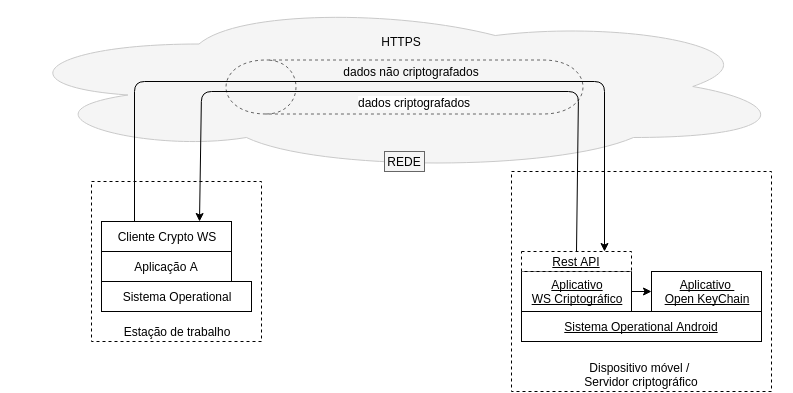
Above: diagramarede.png in danielmelogpi/cryptows-article (draw.io), before the change. Source tidied: cells renumbered, new cells last; positions are measured from the earlier drawing's top-left corner, leaving out a move shared by most shapes. Its diagram source:
```xml
<mxGraphModel background="#ffffff">
  <root>
    <mxCell id="0" />
    <mxCell id="1" parent="0" />
    <mxCell id="2" value="Estação de trabalho" style="whiteSpace=wrap;html=1;verticalAlign=bottom;dashed=1;" parent="1" vertex="1">
      <mxGeometry x="90" y="273" width="170" height="160" as="geometry" />
    </mxCell>
    <mxCell id="3" style="group;" parent="1" vertex="1">
      <mxGeometry x="100" y="313" width="150" height="90" as="geometry" />
    </mxCell>
    <mxCell id="4" value="Cliente Crypto WS" style="whiteSpace=wrap;html=1;" parent="3" vertex="1">
      <mxGeometry width="130" height="30" as="geometry" />
    </mxCell>
    <mxCell id="5" value="Aplicação A" style="whiteSpace=wrap;html=1;" parent="3" vertex="1">
      <mxGeometry y="30" width="130" height="30" as="geometry" />
    </mxCell>
    <mxCell id="6" value="Sistema Operational" style="whiteSpace=wrap;html=1;" parent="3" vertex="1">
      <mxGeometry y="60" width="150" height="30" as="geometry" />
    </mxCell>
    <mxCell id="7" value="Cliente Crypto WS" style="whiteSpace=wrap;html=1;" parent="1" vertex="1">
      <mxGeometry x="100" y="313" width="130" height="30" as="geometry" />
    </mxCell>
    <mxCell id="8" value="Aplicação A" style="whiteSpace=wrap;html=1;" parent="1" vertex="1">
      <mxGeometry x="100" y="343" width="130" height="30" as="geometry" />
    </mxCell>
    <mxCell id="9" value="Sistema Operational" style="whiteSpace=wrap;html=1;" parent="1" vertex="1">
      <mxGeometry x="100" y="373" width="150" height="30" as="geometry" />
    </mxCell>
    <mxCell id="10" style="shape=cylinder;whiteSpace=wrap;html=1;rotation=-90;dashed=1;fillColor=#f5f5f5;strokeColor=#666666;" parent="1" vertex="1">
      <mxGeometry x="376" width="54" height="357" as="geometry" />
    </mxCell>
    <mxCell id="11" value="Dispositivo móvel /&amp;nbsp;&lt;div&gt;Servidor criptográfico&lt;/div&gt;" style="whiteSpace=wrap;html=1;verticalAlign=bottom;dashed=1;" parent="1" vertex="1">
      <mxGeometry x="510" y="263" width="260" height="220" as="geometry" />
    </mxCell>
    <mxCell id="12" style="group;" parent="1" vertex="1">
      <mxGeometry x="520" y="343" width="240" height="90" as="geometry" />
    </mxCell>
    <mxCell id="13" style="group;fontStyle=4;" parent="12" vertex="1">
      <mxGeometry y="20" width="240" height="70" as="geometry" />
    </mxCell>
    <mxCell id="14" value="Aplicativo&lt;br&gt;WS Criptográfico" style="whiteSpace=wrap;html=1;align=center;fontStyle=4;" parent="13" vertex="1">
      <mxGeometry width="110" height="40" as="geometry" />
    </mxCell>
    <mxCell id="15" value="Aplicativo &lt;br&gt;Open KeyChain" style="whiteSpace=wrap;html=1;align=center;fontStyle=4;" parent="13" vertex="1">
      <mxGeometry x="130" width="110" height="40" as="geometry" />
    </mxCell>
    <mxCell id="16" value="Sistema Operational Android" style="whiteSpace=wrap;html=1;fontStyle=4;" parent="13" vertex="1">
      <mxGeometry y="40" width="240" height="30" as="geometry" />
    </mxCell>
    <mxCell id="17" value="Rest API" style="whiteSpace=wrap;html=1;align=center;dashed=1;fontStyle=4;" parent="12" vertex="1">
      <mxGeometry width="110" height="20" as="geometry" />
    </mxCell>
    <mxCell id="18" style="group;fontStyle=4;" parent="1" vertex="1">
      <mxGeometry x="520" y="363" width="240" height="70" as="geometry" />
    </mxCell>
    <mxCell id="19" value="Aplicativo&lt;br&gt;WS Criptográfico" style="whiteSpace=wrap;html=1;align=center;fontStyle=4;" parent="18" vertex="1">
      <mxGeometry width="110" height="40" as="geometry" />
    </mxCell>
    <mxCell id="20" value="Aplicativo &lt;br&gt;Open KeyChain" style="whiteSpace=wrap;html=1;align=center;fontStyle=4;" parent="18" vertex="1">
      <mxGeometry x="130" width="110" height="40" as="geometry" />
    </mxCell>
    <mxCell id="21" value="Sistema Operational Android" style="whiteSpace=wrap;html=1;fontStyle=4;" parent="18" vertex="1">
      <mxGeometry y="40" width="240" height="30" as="geometry" />
    </mxCell>
    <mxCell id="22" value="Aplicativo&lt;br&gt;WS Criptográfico" style="whiteSpace=wrap;html=1;align=center;fontStyle=4;" parent="1" vertex="1">
      <mxGeometry x="520" y="363" width="110" height="40" as="geometry" />
    </mxCell>
    <mxCell id="23" style="edgeStyle=orthogonalEdgeStyle;rounded=0;html=1;exitX=0.5;exitY=1;jettySize=auto;orthogonalLoop=1;fontStyle=4;" parent="1" edge="1" source="22" target="22">
      <mxGeometry relative="1" as="geometry" />
    </mxCell>
    <mxCell id="24" style="edgeStyle=orthogonalEdgeStyle;rounded=0;html=1;exitX=0.5;exitY=1;jettySize=auto;orthogonalLoop=1;fontStyle=4;" parent="1" edge="1" source="22" target="22">
      <mxGeometry relative="1" as="geometry" />
    </mxCell>
    <mxCell id="25" value="Aplicativo &lt;br&gt;Open KeyChain" style="whiteSpace=wrap;html=1;align=center;fontStyle=4;" parent="1" vertex="1">
      <mxGeometry x="650" y="363" width="110" height="40" as="geometry" />
    </mxCell>
    <mxCell id="26" style="edgeStyle=orthogonalEdgeStyle;rounded=0;html=1;exitX=1;exitY=0.5;entryX=0;entryY=0.5;jettySize=auto;fontStyle=4;" parent="1" edge="1" source="22" target="25">
      <mxGeometry relative="1" as="geometry" />
    </mxCell>
    <mxCell id="27" style="edgeStyle=orthogonalEdgeStyle;rounded=0;html=1;exitX=1;exitY=0.5;entryX=0;entryY=0.5;jettySize=auto;fontStyle=4;" parent="1" edge="1" source="22" target="25">
      <mxGeometry relative="1" as="geometry" />
    </mxCell>
    <mxCell id="28" style="edgeStyle=orthogonalEdgeStyle;rounded=0;html=1;exitX=1;exitY=0.5;entryX=0;entryY=0.5;jettySize=auto;fontStyle=4;" parent="1" edge="1" source="22" target="25">
      <mxGeometry x="610" y="270" as="geometry" />
    </mxCell>
    <mxCell id="29" style="edgeStyle=orthogonalEdgeStyle;rounded=0;html=1;exitX=0.5;exitY=1;jettySize=auto;orthogonalLoop=1;fontStyle=4;" parent="1" edge="1" source="22" target="22">
      <mxGeometry x="555" y="290" as="geometry" />
    </mxCell>
    <mxCell id="30" value="Sistema Operational Android" style="whiteSpace=wrap;html=1;fontStyle=4;" parent="1" vertex="1">
      <mxGeometry x="520" y="403" width="240" height="30" as="geometry" />
    </mxCell>
    <mxCell id="31" value="Rest API" style="whiteSpace=wrap;html=1;align=center;dashed=1;fontStyle=4;" parent="1" vertex="1">
      <mxGeometry x="520" y="343" width="110" height="20" as="geometry" />
    </mxCell>
    <mxCell id="32" style="endArrow=classic;html=1;entryX=0.75;entryY=0;exitX=0.5;exitY=0;endFill=1;" parent="1" edge="1" source="31" target="7">
      <mxGeometry x="178" y="70" as="geometry">
        <Array as="points">
          <mxPoint x="577" y="183" />
          <mxPoint x="200" y="183" />
        </Array>
      </mxGeometry>
    </mxCell>
    <mxCell id="33" value="dados criptografados" style="text;html=1;align=center;verticalAlign=middle;labelBackgroundColor=#ffffff;" parent="32" vertex="1">
      <mxGeometry x="-0.84" y="2" relative="1" as="geometry">
        <mxPoint x="-161" y="-95" as="offset" />
      </mxGeometry>
    </mxCell>
    <mxCell id="34" value="dados criptografados" style="text;html=1;align=center;verticalAlign=middle;labelBackgroundColor=#ffffff;" parent="1" vertex="1">
      <mxGeometry x="412.7" y="194" as="geometry">
        <mxPoint x="-161" y="-95" as="offset" />
      </mxGeometry>
    </mxCell>
    <mxCell id="35" style="endArrow=classic;html=1;entryX=0.75;entryY=0;exitX=0.25;exitY=0;" parent="1" edge="1" source="7" target="31">
      <mxGeometry x="113" y="60" as="geometry">
        <Array as="points">
          <mxPoint x="133" y="173" />
          <mxPoint x="603" y="173" />
        </Array>
      </mxGeometry>
    </mxCell>
    <mxCell id="36" value="HTTPS" style="text;html=1;strokeColor=none;fillColor=none;align=center;verticalAlign=middle;whiteSpace=wrap;dashed=1;" parent="1" vertex="1">
      <mxGeometry x="380" y="123" width="40" height="20" as="geometry" />
    </mxCell>
    <mxCell id="37" value="dados não criptografados" style="text;html=1;strokeColor=none;fillColor=none;align=center;verticalAlign=middle;whiteSpace=wrap;dashed=1;" parent="1" vertex="1">
      <mxGeometry x="340" y="153" width="140" height="20" as="geometry" />
    </mxCell>
    <mxCell id="38" value="REDE" style="text;html=1;strokeColor=#666666;fillColor=#f5f5f5;align=center;verticalAlign=middle;whiteSpace=wrap;rounded=0;" parent="1" vertex="1">
      <mxGeometry x="383" y="243" width="40" height="20" as="geometry" />
    </mxCell>
    <mxCell id="39" style="ellipse;shape=cloud;whiteSpace=wrap;html=1;align=center;fillColor=#f5f5f5;strokeColor=#C9C9C9;" parent="1" vertex="1">
      <mxGeometry y="93" width="790" height="170" as="geometry" />
    </mxCell>
  </root>
</mxGraphModel>
```
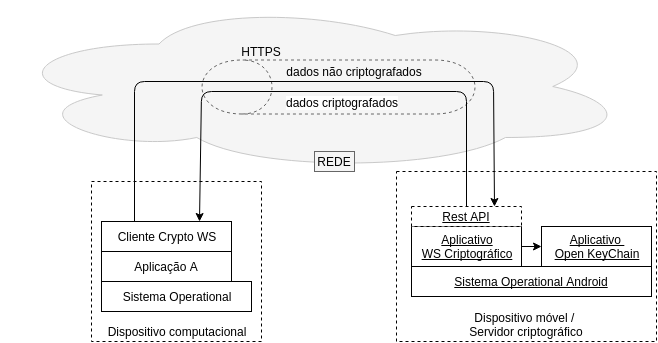
After the change.

Commit message:
adições de projetos similares e da tela do android com a entrada de senha

The edit, as a diff of the source:
```diff
@@ -2,9 +2,12 @@
   <root>
     <mxCell id="0" />
     <mxCell id="1" parent="0" />
-    <mxCell id="2" value="Estação de trabalho" style="whiteSpace=wrap;html=1;verticalAlign=bottom;dashed=1;" parent="1" vertex="1">
-      <mxGeometry x="90" y="273" width="170" height="160" as="geometry" />
-    </mxCell>
+    <mxCell id="40" style="ellipse;shape=cloud;whiteSpace=wrap;html=1;align=center;fillColor=#f5f5f5;strokeColor=#C9C9C9;" parent="1" vertex="1">
+      <mxGeometry y="93" width="630" height="170" as="geometry" />
+    </mxCell>
+    <mxCell id="41" value="Dispositivo computacional" style="whiteSpace=wrap;html=1;verticalAlign=bottom;dashed=1;" parent="1" vertex="1">
+      <mxGeometry x="90" y="273" width="170" height="160" as="geometry" />
+    </mxCell>
     <mxCell id="3" style="group;" parent="1" vertex="1">
       <mxGeometry x="100" y="313" width="150" height="90" as="geometry" />
     </mxCell>
@@ -17,118 +20,65 @@
     <mxCell id="6" value="Sistema Operational" style="whiteSpace=wrap;html=1;" parent="3" vertex="1">
       <mxGeometry y="60" width="150" height="30" as="geometry" />
     </mxCell>
-    <mxCell id="7" value="Cliente Crypto WS" style="whiteSpace=wrap;html=1;" parent="1" vertex="1">
-      <mxGeometry x="100" y="313" width="130" height="30" as="geometry" />
-    </mxCell>
-    <mxCell id="8" value="Aplicação A" style="whiteSpace=wrap;html=1;" parent="1" vertex="1">
-      <mxGeometry x="100" y="343" width="130" height="30" as="geometry" />
-    </mxCell>
-    <mxCell id="9" value="Sistema Operational" style="whiteSpace=wrap;html=1;" parent="1" vertex="1">
-      <mxGeometry x="100" y="373" width="150" height="30" as="geometry" />
-    </mxCell>
-    <mxCell id="10" style="shape=cylinder;whiteSpace=wrap;html=1;rotation=-90;dashed=1;fillColor=#f5f5f5;strokeColor=#666666;" parent="1" vertex="1">
-      <mxGeometry x="376" width="54" height="357" as="geometry" />
-    </mxCell>
+    <mxCell id="42" style="shape=cylinder;whiteSpace=wrap;html=1;rotation=-90;dashed=1;fillColor=#f5f5f5;strokeColor=#666666;" parent="1" vertex="1">
+      <mxGeometry x="310" y="42" width="54" height="273" as="geometry" />
+    </mxCell>
     <mxCell id="11" value="Dispositivo móvel /&amp;nbsp;&lt;div&gt;Servidor criptográfico&lt;/div&gt;" style="whiteSpace=wrap;html=1;verticalAlign=bottom;dashed=1;" parent="1" vertex="1">
-      <mxGeometry x="510" y="263" width="260" height="220" as="geometry" />
+      <mxGeometry x="395" y="263" width="260" height="170" as="geometry" />
     </mxCell>
-    <mxCell id="12" style="group;" parent="1" vertex="1">
-      <mxGeometry x="520" y="343" width="240" height="90" as="geometry" />
-    </mxCell>
+    <mxCell id="43" style="group;" parent="1" vertex="1">
+      <mxGeometry x="410" y="298" width="240" height="90" as="geometry" />
+    </mxCell>
-    <mxCell id="13" style="group;fontStyle=4;" parent="12" vertex="1">
+    <mxCell id="13" style="group;fontStyle=4;" parent="43" vertex="1">
       <mxGeometry y="20" width="240" height="70" as="geometry" />
     </mxCell>
-    <mxCell id="14" value="Aplicativo&lt;br&gt;WS Criptográfico" style="whiteSpace=wrap;html=1;align=center;fontStyle=4;" parent="13" vertex="1">
-      <mxGeometry width="110" height="40" as="geometry" />
-    </mxCell>
-    <mxCell id="15" value="Aplicativo &lt;br&gt;Open KeyChain" style="whiteSpace=wrap;html=1;align=center;fontStyle=4;" parent="13" vertex="1">
-      <mxGeometry x="130" width="110" height="40" as="geometry" />
-    </mxCell>
-    <mxCell id="16" value="Sistema Operational Android" style="whiteSpace=wrap;html=1;fontStyle=4;" parent="13" vertex="1">
-      <mxGeometry y="40" width="240" height="30" as="geometry" />
-    </mxCell>
+    <mxCell id="44" value="Aplicativo&lt;br&gt;WS Criptográfico" style="whiteSpace=wrap;html=1;align=center;fontStyle=4;" parent="13" vertex="1">
+      <mxGeometry width="110" height="40" as="geometry" />
+    </mxCell>
+    <mxCell id="45" value="Aplicativo &lt;br&gt;Open KeyChain" style="whiteSpace=wrap;html=1;align=center;fontStyle=4;" parent="13" vertex="1">
+      <mxGeometry x="130" width="110" height="40" as="geometry" />
+    </mxCell>
+    <mxCell id="46" style="edgeStyle=orthogonalEdgeStyle;rounded=0;html=1;exitX=1;exitY=0.5;entryX=0;entryY=0.5;jettySize=auto;fontStyle=4;" parent="13" edge="1" source="44" target="45">
+      <mxGeometry relative="1" as="geometry" />
+    </mxCell>
+    <mxCell id="47" style="edgeStyle=orthogonalEdgeStyle;rounded=0;html=1;exitX=0.5;exitY=1;jettySize=auto;orthogonalLoop=1;fontStyle=4;" parent="13" edge="1" source="44" target="44">
+      <mxGeometry relative="1" as="geometry" />
+    </mxCell>
+    <mxCell id="48" value="Sistema Operational Android" style="whiteSpace=wrap;html=1;fontStyle=4;" parent="13" vertex="1">
+      <mxGeometry y="40" width="240" height="30" as="geometry" />
+    </mxCell>
-    <mxCell id="17" value="Rest API" style="whiteSpace=wrap;html=1;align=center;dashed=1;fontStyle=4;" parent="12" vertex="1">
+    <mxCell id="17" value="Rest API" style="whiteSpace=wrap;html=1;align=center;dashed=1;fontStyle=4;" parent="43" vertex="1">
       <mxGeometry width="110" height="20" as="geometry" />
     </mxCell>
-    <mxCell id="18" style="group;fontStyle=4;" parent="1" vertex="1">
-      <mxGeometry x="520" y="363" width="240" height="70" as="geometry" />
-    </mxCell>
-    <mxCell id="19" value="Aplicativo&lt;br&gt;WS Criptográfico" style="whiteSpace=wrap;html=1;align=center;fontStyle=4;" parent="18" vertex="1">
-      <mxGeometry width="110" height="40" as="geometry" />
-    </mxCell>
-    <mxCell id="20" value="Aplicativo &lt;br&gt;Open KeyChain" style="whiteSpace=wrap;html=1;align=center;fontStyle=4;" parent="18" vertex="1">
-      <mxGeometry x="130" width="110" height="40" as="geometry" />
-    </mxCell>
-    <mxCell id="21" value="Sistema Operational Android" style="whiteSpace=wrap;html=1;fontStyle=4;" parent="18" vertex="1">
-      <mxGeometry y="40" width="240" height="30" as="geometry" />
-    </mxCell>
-    <mxCell id="22" value="Aplicativo&lt;br&gt;WS Criptográfico" style="whiteSpace=wrap;html=1;align=center;fontStyle=4;" parent="1" vertex="1">
-      <mxGeometry x="520" y="363" width="110" height="40" as="geometry" />
-    </mxCell>
-    <mxCell id="23" style="edgeStyle=orthogonalEdgeStyle;rounded=0;html=1;exitX=0.5;exitY=1;jettySize=auto;orthogonalLoop=1;fontStyle=4;" parent="1" edge="1" source="22" target="22">
-      <mxGeometry relative="1" as="geometry" />
-    </mxCell>
-    <mxCell id="24" style="edgeStyle=orthogonalEdgeStyle;rounded=0;html=1;exitX=0.5;exitY=1;jettySize=auto;orthogonalLoop=1;fontStyle=4;" parent="1" edge="1" source="22" target="22">
-      <mxGeometry relative="1" as="geometry" />
-    </mxCell>
-    <mxCell id="25" value="Aplicativo &lt;br&gt;Open KeyChain" style="whiteSpace=wrap;html=1;align=center;fontStyle=4;" parent="1" vertex="1">
-      <mxGeometry x="650" y="363" width="110" height="40" as="geometry" />
-    </mxCell>
-    <mxCell id="26" style="edgeStyle=orthogonalEdgeStyle;rounded=0;html=1;exitX=1;exitY=0.5;entryX=0;entryY=0.5;jettySize=auto;fontStyle=4;" parent="1" edge="1" source="22" target="25">
-      <mxGeometry relative="1" as="geometry" />
-    </mxCell>
-    <mxCell id="27" style="edgeStyle=orthogonalEdgeStyle;rounded=0;html=1;exitX=1;exitY=0.5;entryX=0;entryY=0.5;jettySize=auto;fontStyle=4;" parent="1" edge="1" source="22" target="25">
-      <mxGeometry relative="1" as="geometry" />
-    </mxCell>
-    <mxCell id="28" style="edgeStyle=orthogonalEdgeStyle;rounded=0;html=1;exitX=1;exitY=0.5;entryX=0;entryY=0.5;jettySize=auto;fontStyle=4;" parent="1" edge="1" source="22" target="25">
-      <mxGeometry x="610" y="270" as="geometry" />
-    </mxCell>
-    <mxCell id="29" style="edgeStyle=orthogonalEdgeStyle;rounded=0;html=1;exitX=0.5;exitY=1;jettySize=auto;orthogonalLoop=1;fontStyle=4;" parent="1" edge="1" source="22" target="22">
-      <mxGeometry x="555" y="290" as="geometry" />
-    </mxCell>
-    <mxCell id="30" value="Sistema Operational Android" style="whiteSpace=wrap;html=1;fontStyle=4;" parent="1" vertex="1">
-      <mxGeometry x="520" y="403" width="240" height="30" as="geometry" />
-    </mxCell>
-    <mxCell id="31" value="Rest API" style="whiteSpace=wrap;html=1;align=center;dashed=1;fontStyle=4;" parent="1" vertex="1">
-      <mxGeometry x="520" y="343" width="110" height="20" as="geometry" />
-    </mxCell>
-    <mxCell id="32" style="endArrow=classic;html=1;entryX=0.75;entryY=0;exitX=0.5;exitY=0;endFill=1;" parent="1" edge="1" source="31" target="7">
-      <mxGeometry x="178" y="70" as="geometry">
-        <Array as="points">
-          <mxPoint x="577" y="183" />
-          <mxPoint x="200" y="183" />
-        </Array>
-      </mxGeometry>
-    </mxCell>
-    <mxCell id="33" value="dados criptografados" style="text;html=1;align=center;verticalAlign=middle;labelBackgroundColor=#ffffff;" parent="32" vertex="1">
-      <mxGeometry x="-0.84" y="2" relative="1" as="geometry">
-        <mxPoint x="-161" y="-95" as="offset" />
-      </mxGeometry>
-    </mxCell>
-    <mxCell id="34" value="dados criptografados" style="text;html=1;align=center;verticalAlign=middle;labelBackgroundColor=#ffffff;" parent="1" vertex="1">
-      <mxGeometry x="412.7" y="194" as="geometry">
-        <mxPoint x="-161" y="-95" as="offset" />
-      </mxGeometry>
-    </mxCell>
-    <mxCell id="35" style="endArrow=classic;html=1;entryX=0.75;entryY=0;exitX=0.25;exitY=0;" parent="1" edge="1" source="7" target="31">
-      <mxGeometry x="113" y="60" as="geometry">
-        <Array as="points">
-          <mxPoint x="133" y="173" />
-          <mxPoint x="603" y="173" />
-        </Array>
-      </mxGeometry>
-    </mxCell>
+    <mxCell id="49" style="endArrow=classic;html=1;entryX=0.75;entryY=0;exitX=0.5;exitY=0;endFill=1;" parent="1" edge="1" source="17" target="4">
+      <mxGeometry relative="1" as="geometry">
+        <Array as="points">
+          <mxPoint x="465" y="183" />
+          <mxPoint x="200" y="183" />
+        </Array>
+      </mxGeometry>
+    </mxCell>
+    <mxCell id="50" value="dados criptografados" style="text;html=1;align=center;verticalAlign=middle;labelBackgroundColor=#ffffff;" parent="49" vertex="1">
+      <mxGeometry x="-0.84" y="2" relative="1" as="geometry">
+        <mxPoint x="-123" y="-64" as="offset" />
+      </mxGeometry>
+    </mxCell>
+    <mxCell id="51" style="endArrow=classic;html=1;entryX=0.75;entryY=0;exitX=0.25;exitY=0;" parent="1" edge="1" source="4" target="17">
+      <mxGeometry relative="1" as="geometry">
+        <Array as="points">
+          <mxPoint x="133" y="173" />
+          <mxPoint x="492" y="173" />
+        </Array>
+      </mxGeometry>
+    </mxCell>
     <mxCell id="36" value="HTTPS" style="text;html=1;strokeColor=none;fillColor=none;align=center;verticalAlign=middle;whiteSpace=wrap;dashed=1;" parent="1" vertex="1">
-      <mxGeometry x="380" y="123" width="40" height="20" as="geometry" />
+      <mxGeometry x="240" y="133" width="40" height="20" as="geometry" />
     </mxCell>
     <mxCell id="37" value="dados não criptografados" style="text;html=1;strokeColor=none;fillColor=none;align=center;verticalAlign=middle;whiteSpace=wrap;dashed=1;" parent="1" vertex="1">
-      <mxGeometry x="340" y="153" width="140" height="20" as="geometry" />
+      <mxGeometry x="283" y="153" width="140" height="20" as="geometry" />
     </mxCell>
     <mxCell id="38" value="REDE" style="text;html=1;strokeColor=#666666;fillColor=#f5f5f5;align=center;verticalAlign=middle;whiteSpace=wrap;rounded=0;" parent="1" vertex="1">
-      <mxGeometry x="383" y="243" width="40" height="20" as="geometry" />
+      <mxGeometry x="313" y="243" width="40" height="20" as="geometry" />
     </mxCell>
-    <mxCell id="39" style="ellipse;shape=cloud;whiteSpace=wrap;html=1;align=center;fillColor=#f5f5f5;strokeColor=#C9C9C9;" parent="1" vertex="1">
-      <mxGeometry y="93" width="790" height="170" as="geometry" />
-    </mxCell>
   </root>
 </mxGraphModel>
```
